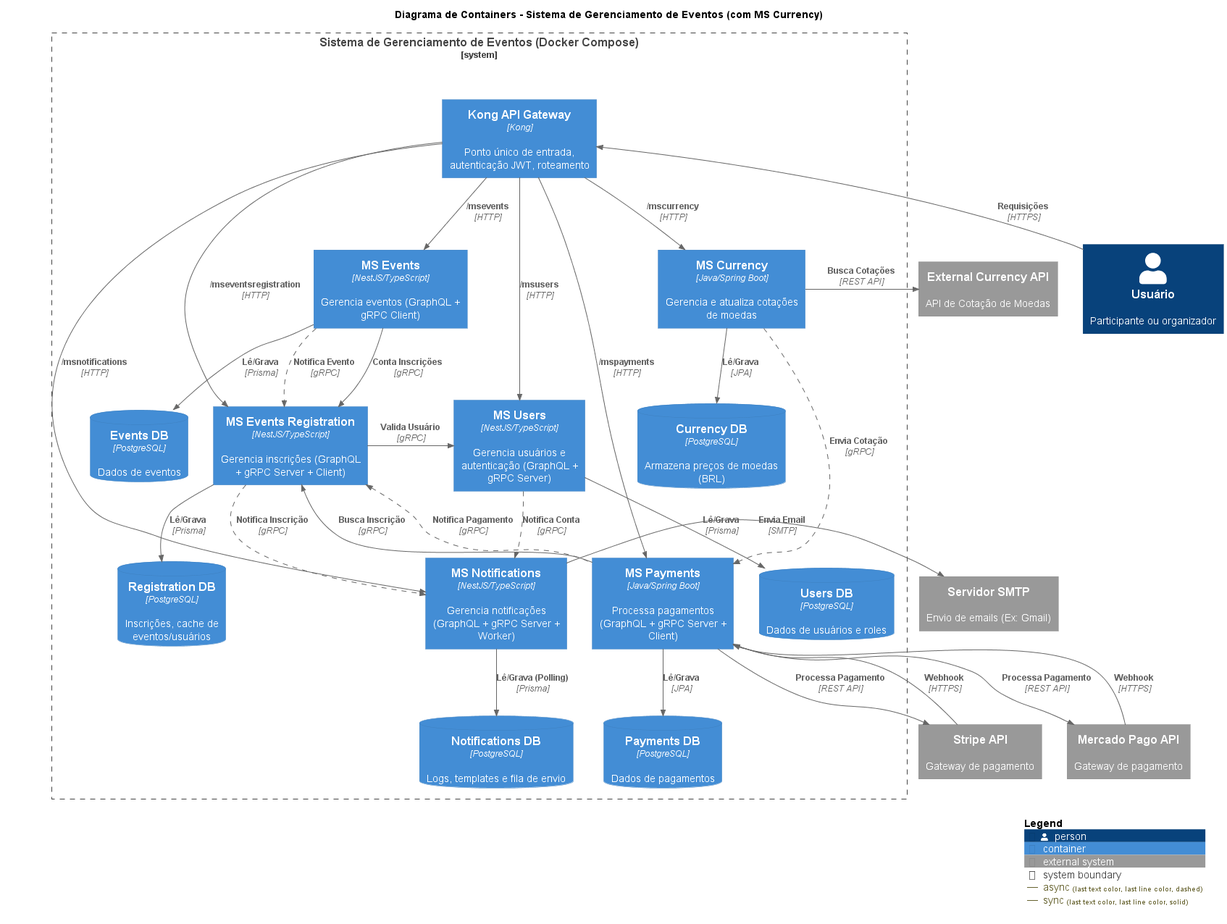
Above: docs/diagrams/images/c4-container.png in GabrielMainiere/events-backend (PlantUML), before the change. Source of this version:
```plantuml
@startuml
!include https://raw.githubusercontent.com/plantuml-stdlib/C4-PlantUML/refs/heads/master/C4_Container.puml
AddRelTag("async", $lineStyle=DashedLine())
AddRelTag("sync", $lineStyle=SolidLine())

title Diagrama de Containers - Sistema de Gerenciamento de Eventos (com MS Currency)

Person(user, "Usuário", "Participante ou organizador")
System_Ext(mercadoPago, "Mercado Pago API", "Gateway de pagamento")
System_Ext(stripe, "Stripe API", "Gateway de pagamento")
System_Ext(smtpServer, "Servidor SMTP", "Envio de emails (Ex: Gmail)")
System_Ext(currencyApi, "External Currency API", "API de Cotação de Moedas")

System_Boundary(eventsSystem, "Sistema de Gerenciamento de Eventos (Docker Compose)") {

    Container(gateway, "Kong API Gateway", "Kong", "Ponto único de entrada, autenticação JWT, roteamento")

    Container(msusers, "MS Users", "NestJS/TypeScript", "Gerencia usuários e autenticação (GraphQL + gRPC Server)")
    Container(msevents, "MS Events", "NestJS/TypeScript", "Gerencia eventos (GraphQL + gRPC Client)")
    Container(msregistration, "MS Events Registration", "NestJS/TypeScript", "Gerencia inscrições (GraphQL + gRPC Server + Client)")
    Container(mspayments, "MS Payments", "Java/Spring Boot", "Processa pagamentos (GraphQL + gRPC Server + Client)")
    Container(msnotifications, "MS Notifications", "NestJS/TypeScript", "Gerencia notificações (GraphQL + gRPC Server + Worker)")
    Container(mscurrency, "MS Currency", "Java/Spring Boot", "Gerencia e atualiza cotações de moedas")

    ContainerDb(dbUsers, "Users DB", "PostgreSQL", "Dados de usuários e roles")
    ContainerDb(dbEvents, "Events DB", "PostgreSQL", "Dados de eventos")
    ContainerDb(dbRegistration, "Registration DB", "PostgreSQL", "Inscrições, cache de eventos/usuários")
    ContainerDb(dbPayments, "Payments DB", "PostgreSQL", "Dados de pagamentos")
    ContainerDb(dbNotifications, "Notifications DB", "PostgreSQL", "Logs, templates e fila de envio")
    ContainerDb(dbCurrency, "Currency DB", "PostgreSQL", "Armazena preços de moedas (BRL)")
}

Rel_U(user, gateway, "Requisições", "HTTPS")

Rel_D(gateway, msusers, "/msusers", "HTTP", $tags="sync")
Rel_D(gateway, msevents, "/msevents", "HTTP", $tags="sync")
Rel_D(gateway, msregistration, "/mseventsregistration", "HTTP", $tags="sync")
Rel_D(gateway, mspayments, "/mspayments", "HTTP", $tags="sync")
Rel_D(gateway, msnotifications, "/msnotifications", "HTTP", $tags="sync")
Rel_D(gateway, mscurrency, "/mscurrency", "HTTP", $tags="sync")

Rel_D(msusers, dbUsers, "Lê/Grava", "Prisma")
Rel_D(msevents, dbEvents, "Lê/Grava", "Prisma")
Rel_D(msregistration, dbRegistration, "Lê/Grava", "Prisma")
Rel_D(mspayments, dbPayments, "Lê/Grava", "JPA")
Rel_D(msnotifications, dbNotifications, "Lê/Grava (Polling)", "Prisma")
Rel_D(mscurrency, dbCurrency, "Lê/Grava", "JPA")

Rel_R(msregistration, msusers, "Valida Usuário", "gRPC", $tags="sync")
Rel_R(msevents, msregistration, "Conta Inscrições", "gRPC", $tags="sync")
Rel_R(mspayments, msregistration, "Busca Inscrição", "gRPC", $tags="sync")

Rel(msusers, msnotifications, "Notifica Conta", "gRPC", $tags="async")
Rel(msregistration, msnotifications, "Notifica Inscrição", "gRPC", $tags="async")
Rel(mscurrency, mspayments, "Envia Cotação", "gRPC", $tags="async")

Rel_D(msevents, msregistration, "Notifica Evento", "gRPC", $tags="async")
Rel_U(mspayments, msregistration, "Notifica Pagamento", "gRPC", $tags="async")

Rel_R(msnotifications, smtpServer, "Envia Email", "SMTP")
Rel_R(mspayments, mercadoPago, "Processa Pagamento", "REST API")
Rel_R(mspayments, stripe, "Processa Pagamento", "REST API")
Rel_R(mscurrency, currencyApi, "Busca Cotações", "REST API")
Rel_U(mercadoPago, mspayments, "Webhook", "HTTPS")
Rel_U(stripe, mspayments, "Webhook", "HTTPS")

SHOW_LEGEND()
@enduml
```
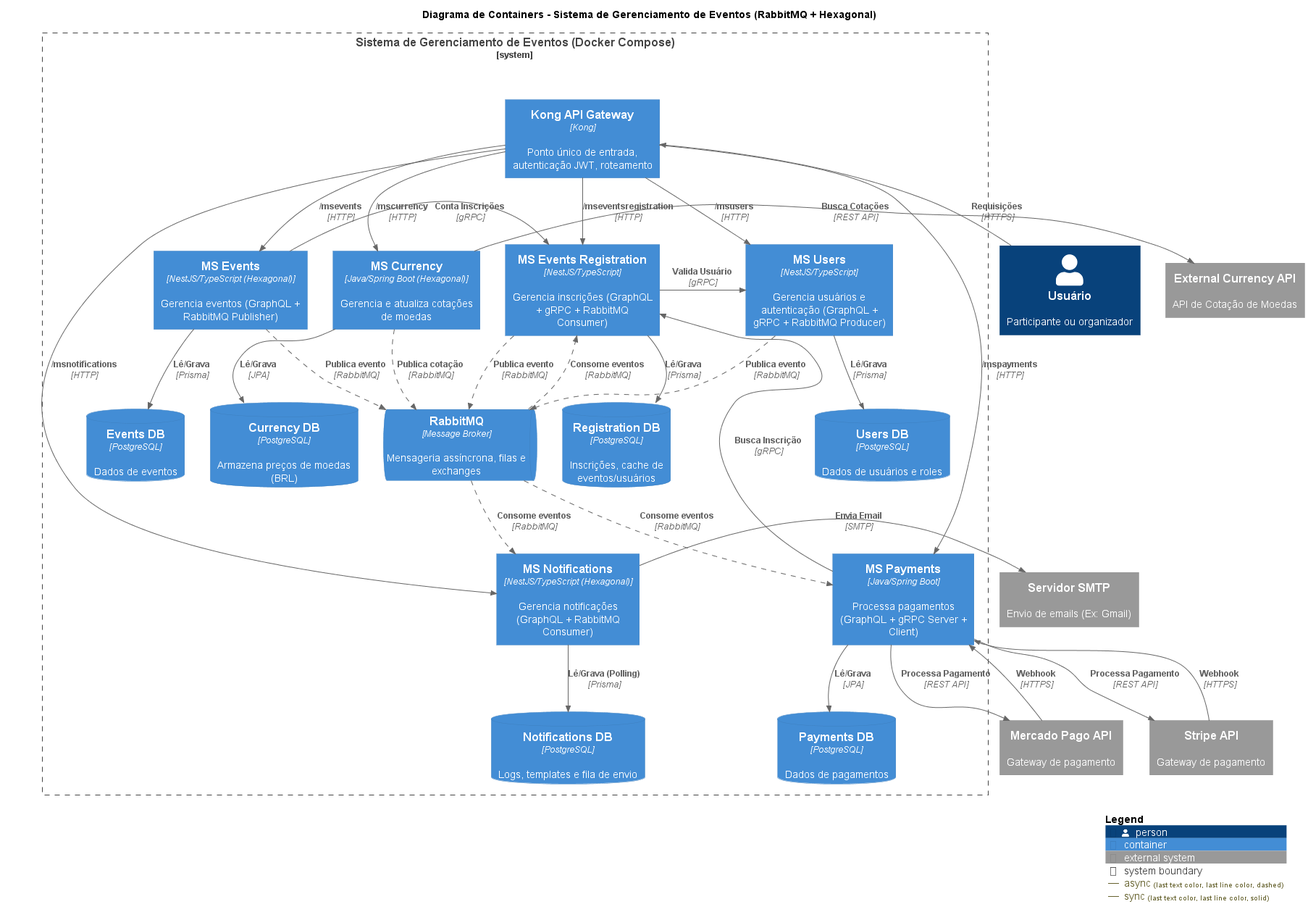
After the commit.

The edit, as a diff of the source:
```diff
@@ -3,7 +3,7 @@
 AddRelTag("async", $lineStyle=DashedLine())
 AddRelTag("sync", $lineStyle=SolidLine())
 
-title Diagrama de Containers - Sistema de Gerenciamento de Eventos (com MS Currency)
+title Diagrama de Containers - Sistema de Gerenciamento de Eventos (RabbitMQ + Hexagonal)
 
 Person(user, "Usuário", "Participante ou organizador")
 System_Ext(mercadoPago, "Mercado Pago API", "Gateway de pagamento")
@@ -15,12 +15,14 @@
 
     Container(gateway, "Kong API Gateway", "Kong", "Ponto único de entrada, autenticação JWT, roteamento")
 
-    Container(msusers, "MS Users", "NestJS/TypeScript", "Gerencia usuários e autenticação (GraphQL + gRPC Server)")
-    Container(msevents, "MS Events", "NestJS/TypeScript", "Gerencia eventos (GraphQL + gRPC Client)")
-    Container(msregistration, "MS Events Registration", "NestJS/TypeScript", "Gerencia inscrições (GraphQL + gRPC Server + Client)")
+    Container(msusers, "MS Users", "NestJS/TypeScript", "Gerencia usuários e autenticação (GraphQL + gRPC + RabbitMQ Producer)")
+    Container(msevents, "MS Events", "NestJS/TypeScript (Hexagonal)", "Gerencia eventos (GraphQL + RabbitMQ Publisher)")
+    Container(msregistration, "MS Events Registration", "NestJS/TypeScript", "Gerencia inscrições (GraphQL + gRPC + RabbitMQ Consumer)")
     Container(mspayments, "MS Payments", "Java/Spring Boot", "Processa pagamentos (GraphQL + gRPC Server + Client)")
-    Container(msnotifications, "MS Notifications", "NestJS/TypeScript", "Gerencia notificações (GraphQL + gRPC Server + Worker)")
-    Container(mscurrency, "MS Currency", "Java/Spring Boot", "Gerencia e atualiza cotações de moedas")
+    Container(msnotifications, "MS Notifications", "NestJS/TypeScript (Hexagonal)", "Gerencia notificações (GraphQL + RabbitMQ Consumer)")
+    Container(mscurrency, "MS Currency", "Java/Spring Boot (Hexagonal)", "Gerencia e atualiza cotações de moedas")
+
+    ContainerQueue(rabbitmq, "RabbitMQ", "Message Broker", "Mensageria assíncrona, filas e exchanges")
 
     ContainerDb(dbUsers, "Users DB", "PostgreSQL", "Dados de usuários e roles")
     ContainerDb(dbEvents, "Events DB", "PostgreSQL", "Dados de eventos")
@@ -50,12 +52,14 @@
 Rel_R(msevents, msregistration, "Conta Inscrições", "gRPC", $tags="sync")
 Rel_R(mspayments, msregistration, "Busca Inscrição", "gRPC", $tags="sync")
 
-Rel(msusers, msnotifications, "Notifica Conta", "gRPC", $tags="async")
-Rel(msregistration, msnotifications, "Notifica Inscrição", "gRPC", $tags="async")
-Rel(mscurrency, mspayments, "Envia Cotação", "gRPC", $tags="async")
+Rel_D(msusers, rabbitmq, "Publica evento", "RabbitMQ", $tags="async")
+Rel_D(msregistration, rabbitmq, "Publica evento", "RabbitMQ", $tags="async")
+Rel_D(msevents, rabbitmq, "Publica evento", "RabbitMQ", $tags="async")
+Rel_D(mscurrency, rabbitmq, "Publica cotação", "RabbitMQ", $tags="async")
 
-Rel_D(msevents, msregistration, "Notifica Evento", "gRPC", $tags="async")
-Rel_U(mspayments, msregistration, "Notifica Pagamento", "gRPC", $tags="async")
+Rel_D(rabbitmq, msnotifications, "Consome eventos", "RabbitMQ", $tags="async")
+Rel_D(rabbitmq, mspayments, "Consome eventos", "RabbitMQ", $tags="async")
+Rel_D(rabbitmq, msregistration, "Consome eventos", "RabbitMQ", $tags="async")
 
 Rel_R(msnotifications, smtpServer, "Envia Email", "SMTP")
 Rel_R(mspayments, mercadoPago, "Processa Pagamento", "REST API")
```
